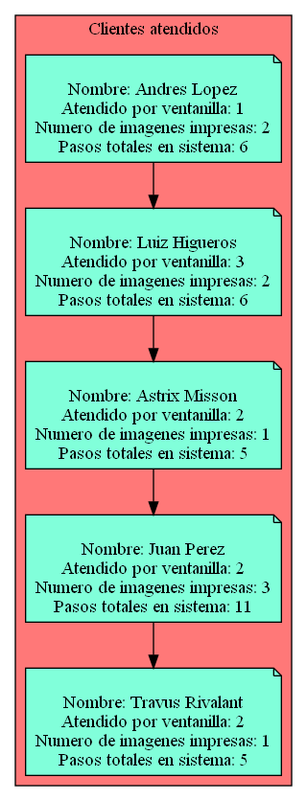
The Graphviz diagram Simple_Clients_Served.png in Serch-ING/EDD_UDRAWING_202000119, before a commit. Its source is kept beside it as Simple_Clients_Served.dot.
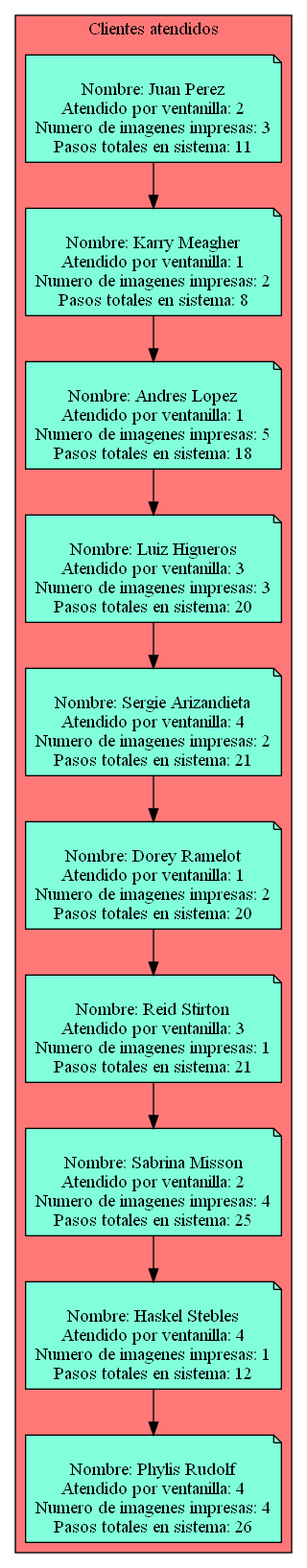
The same file after the commit.

Diff of the diagram source:
```diff
@@ -3,33 +3,63 @@
 subgraph cluster_p{
     label= " Clientes atendidos "
     bgcolor = "#FF7878"
-Nodo365181913[label="
-Nombre: Andres Lopez
-Atendido por ventanilla: 1
-Numero de imagenes impresas: 2
-Pasos totales en sistema: 6",fillcolor="#81FFDA"]
-Nodo875016237[label="
-Nombre: Luiz Higueros
-Atendido por ventanilla: 3
-Numero de imagenes impresas: 2
-Pasos totales en sistema: 6",fillcolor="#81FFDA"]
-Nodo49752459[label="
-Nombre: Astrix Misson
-Atendido por ventanilla: 2
-Numero de imagenes impresas: 1
-Pasos totales en sistema: 5",fillcolor="#81FFDA"]
-Nodo1125736023[label="
+Nodo550402284[label="
 Nombre: Juan Perez
 Atendido por ventanilla: 2
 Numero de imagenes impresas: 3
 Pasos totales en sistema: 11",fillcolor="#81FFDA"]
-Nodo1076607567[label="
-Nombre: Travus Rivalant
+Nodo22600334[label="
+Nombre: Karry Meagher
+Atendido por ventanilla: 1
+Numero de imagenes impresas: 2
+Pasos totales en sistema: 8",fillcolor="#81FFDA"]
+Nodo1766505436[label="
+Nombre: Andres Lopez
+Atendido por ventanilla: 1
+Numero de imagenes impresas: 5
+Pasos totales en sistema: 18",fillcolor="#81FFDA"]
+Nodo1364913072[label="
+Nombre: Luiz Higueros
+Atendido por ventanilla: 3
+Numero de imagenes impresas: 3
+Pasos totales en sistema: 20",fillcolor="#81FFDA"]
+Nodo902478634[label="
+Nombre: Sergie Arizandieta
+Atendido por ventanilla: 4
+Numero de imagenes impresas: 2
+Pasos totales en sistema: 21",fillcolor="#81FFDA"]
+Nodo728115831[label="
+Nombre: Dorey Ramelot
+Atendido por ventanilla: 1
+Numero de imagenes impresas: 2
+Pasos totales en sistema: 20",fillcolor="#81FFDA"]
+Nodo1922464006[label="
+Nombre: Reid Stirton
+Atendido por ventanilla: 3
+Numero de imagenes impresas: 1
+Pasos totales en sistema: 21",fillcolor="#81FFDA"]
+Nodo891093184[label="
+Nombre: Sabrina Misson
 Atendido por ventanilla: 2
+Numero de imagenes impresas: 4
+Pasos totales en sistema: 25",fillcolor="#81FFDA"]
+Nodo1278677872[label="
+Nombre: Haskel Stebles
+Atendido por ventanilla: 4
 Numero de imagenes impresas: 1
-Pasos totales en sistema: 5",fillcolor="#81FFDA"]
-Nodo365181913 -> Nodo875016237
-Nodo875016237 -> Nodo49752459
-Nodo49752459 -> Nodo1125736023
-Nodo1125736023 -> Nodo1076607567
+Pasos totales en sistema: 12",fillcolor="#81FFDA"]
+Nodo1427646530[label="
+Nombre: Phylis Rudolf
+Atendido por ventanilla: 4
+Numero de imagenes impresas: 4
+Pasos totales en sistema: 26",fillcolor="#81FFDA"]
+Nodo550402284 -> Nodo22600334
+Nodo22600334 -> Nodo1766505436
+Nodo1766505436 -> Nodo1364913072
+Nodo1364913072 -> Nodo902478634
+Nodo902478634 -> Nodo728115831
+Nodo728115831 -> Nodo1922464006
+Nodo1922464006 -> Nodo891093184
+Nodo891093184 -> Nodo1278677872
+Nodo1278677872 -> Nodo1427646530
 }}
```
